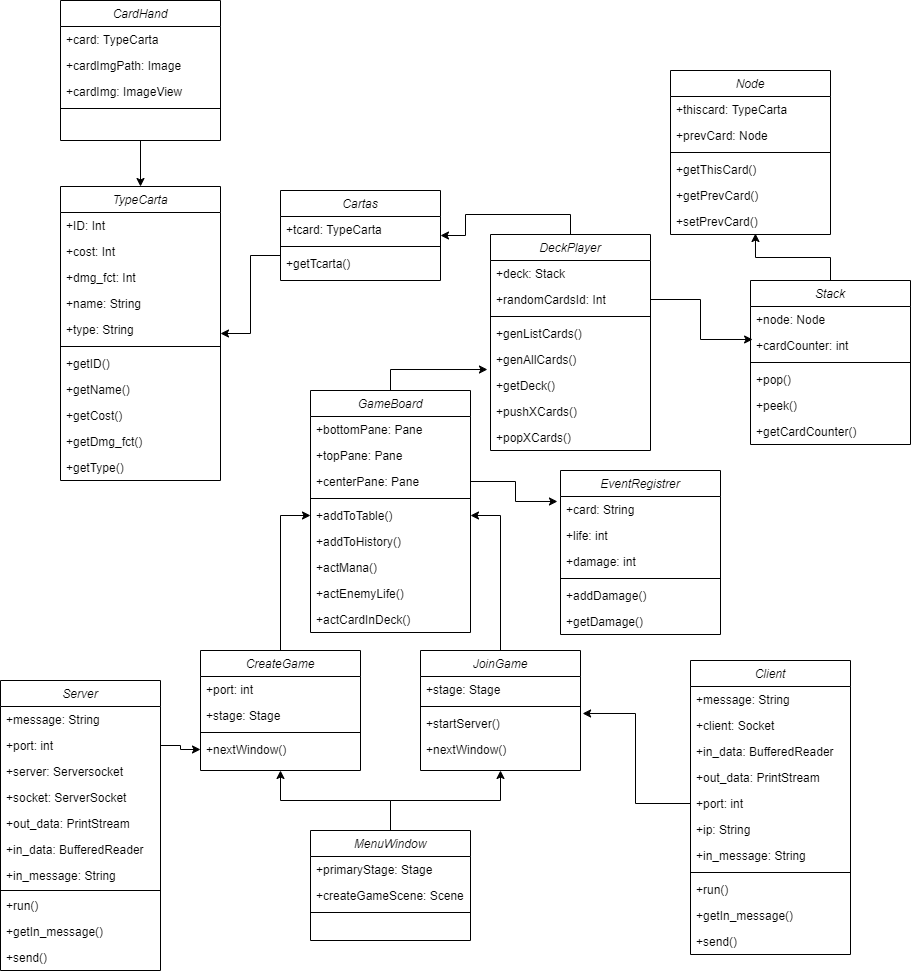
Earlier version of the draw.io export Untitled Diagram.png (PabloNaranjo78/Proyecto_1_Datos_1). Source tidied: cells renumbered, new cells last; positions are measured from the earlier drawing's top-left corner, leaving out a move shared by most shapes.
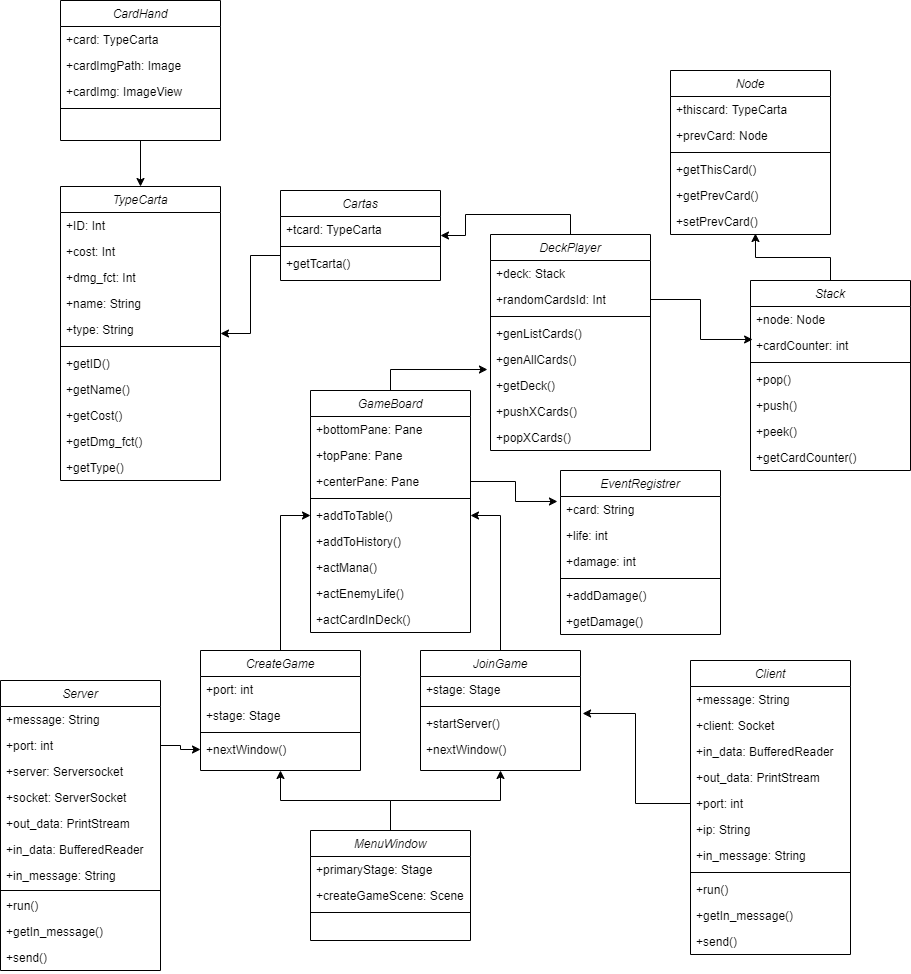
After the commit.

Diff of the diagram source:
```diff
@@ -65,7 +65,7 @@
       <mxGeometry relative="1" as="geometry" />
     </mxCell>
     <mxCell id="22" value="Stack" style="swimlane;fontStyle=2;align=center;verticalAlign=top;horizontal=1;startSize=26;rounded=0;shadow=0;strokeWidth=1;" parent="1" vertex="1">
-      <mxGeometry x="750" y="280" width="160" height="164" as="geometry" />
+      <mxGeometry x="750" y="280" width="160" height="190" as="geometry" />
     </mxCell>
     <mxCell id="23" value="+node: Node" style="text;align=left;verticalAlign=top;spacingLeft=4;spacingRight=4;overflow=hidden;" parent="22" vertex="1">
       <mxGeometry y="26" width="160" height="26" as="geometry" />
@@ -79,11 +79,14 @@
     <mxCell id="26" value="+pop()" style="text;align=left;verticalAlign=top;spacingLeft=4;spacingRight=4;overflow=hidden;" parent="22" vertex="1">
       <mxGeometry y="86" width="160" height="26" as="geometry" />
     </mxCell>
+    <mxCell id="114" value="+push()" style="text;align=left;verticalAlign=top;spacingLeft=4;spacingRight=4;overflow=hidden;" parent="22" vertex="1">
+      <mxGeometry y="112" width="160" height="26" as="geometry" />
+    </mxCell>
     <mxCell id="27" value="+peek()" style="text;align=left;verticalAlign=top;spacingLeft=4;spacingRight=4;overflow=hidden;" parent="22" vertex="1">
-      <mxGeometry y="112" width="160" height="26" as="geometry" />
+      <mxGeometry y="138" width="160" height="26" as="geometry" />
     </mxCell>
     <mxCell id="28" value="+getCardCounter()" style="text;align=left;verticalAlign=top;spacingLeft=4;spacingRight=4;overflow=hidden;" parent="22" vertex="1">
-      <mxGeometry y="138" width="160" height="26" as="geometry" />
+      <mxGeometry y="164" width="160" height="26" as="geometry" />
     </mxCell>
     <mxCell id="29" style="edgeStyle=orthogonalEdgeStyle;rounded=0;jettySize=auto;html=1;entryX=0.5;entryY=0;entryDx=0;entryDy=0;" parent="1" edge="1" source="67" target="9">
       <mxGeometry relative="1" as="geometry" />
```
